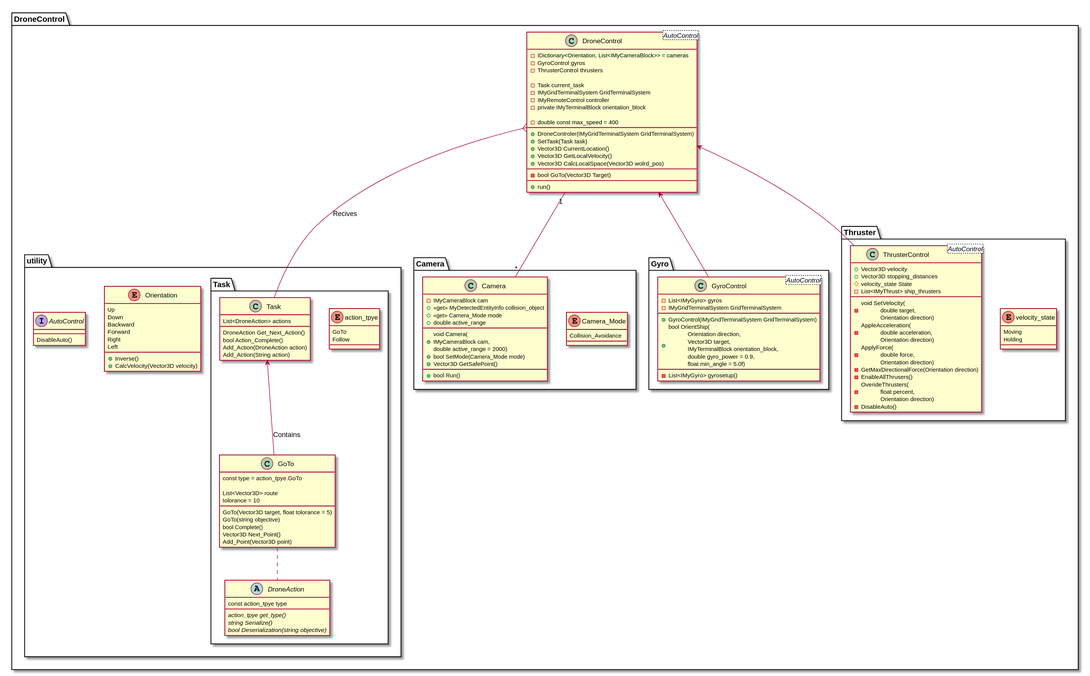
Earlier version of the PlantUML export Design/SpecDiagram.svg (jacob7395/DroneControl). Its diagram source:
```plantuml
@startuml
package DroneControl {

    package utility {
        enum Orientation {
            Up
            Down
            Backward
            Forward
            Right
            Left

            +Inverse()
            +CalcVelocity(Vector3D velocity)
        }

        interface AutoControl {
            DisableAuto()
        }

        package Task {

            enum action_tpye {
                GoTo
                Follow
            }

            abstract DroneAction {
                const action_tpye type

                {abstract} action_tpye get_type()
                {abstract} string Serialize()
                {abstract} bool Deserialization(string objective)
            }

            class GoTo {
                const type = action_tpye.GoTo

                List<Vector3D> route
                tolorance = 10

                GoTo(Vector3D target, float tolorance = 5)
                GoTo(string objective)
                bool Complete()
                Vector3D Next_Point()
                Add_Point(Vector3D point)
            }

            class Task {
                List<DroneAction> actions

                DroneAction Get_Next_Action()
                bool Action_Complete()
                Add_Action(DroneAction action)
                Add_Action(String action)
            }

            GoTo .. DroneAction
            Task <-- GoTo : Contains
        }
    }

    package Camera {
        enum Camera_Mode {
            Collision_Avoidance
        }

        class Camera {
            -IMyCameraBlock cam
            +<<get>> MyDetectedEntityInfo collision_object
            +<<get>> Camera_Mode mode
            +double active_range
            __
            +void Camera(\nIMyCameraBlock cam,\ndouble active_range = 2000)
            +bool SetMode(Camera_Mode mode)
            +Vector3D GetSafePoint()
            __
            +bool Run()
        }
    }

    package Gyro {
        class GyroControl <AutoControl>{
            -List<IMyGyro> gyros
            -IMyGridTerminalSystem GridTerminalSystem
            __
            +GyroControl(IMyGridTerminalSystem GridTerminalSystem)
            +bool OrientShip(\n            Orientation direction,\n            Vector3D target,\n            IMyTerminalBlock orientation_block,\n            double gyro_power = 0.9,\n            float min_angle = 5.0f)
            __
            -List<IMyGyro> gyrosetup()
        }
    }

    package Thruster {
        enum velocity_state
        {
            Moving
            Holding
        }

        class ThrusterControl <AutoControl>{

            +Vector3D velocity
            +Vector3D stopping_distances
            #velocity_state State
            -List<IMyThrust> ship_thrusters

            -void SetVelocity(\n            double target,\n            Orientation direction)
            -AppleAcceleration(\n            double acceleration,\n            Orientation direction)
            -ApplyForce(\n            double force,\n            Orientation direction)
            -GetMaxDirectionalForce(Orientation direction)
            -EnableAllThrusers()
            -OverideThrusters(\n            float percent,\n            Orientation direction)
            -DisableAuto()
        }
    }

    class DroneControl <AutoControl>{
        -IDictionary<Orientation, List<IMyCameraBlock>> = cameras
        -GyroControl gyros
        -ThrusterControl thrusters

        -Task current_task
        -IMyGridTerminalSystem GridTerminalSystem
        -IMyRemoteControl controller
        -private IMyTerminalBlock orientation_block

        -double const max_speed = 400
        __
        +DroneControler(IMyGridTerminalSystem GridTerminalSystem)
        +SetTask(Task task)
        +Vector3D CurrentLocation()
        +Vector3D GetLocalVelocity()
        +Vector3D CalcLocalSpace(Vector3D wolrd_pos)
        __
        -bool GoTo(Vector3D Target)
        __
        +run()
    }

    DroneControl <-- ThrusterControl
    DroneControl <-- GyroControl
    DroneControl }-- Task : Recives
    DroneControl "1" -- "*" Camera
}

@enduml
```
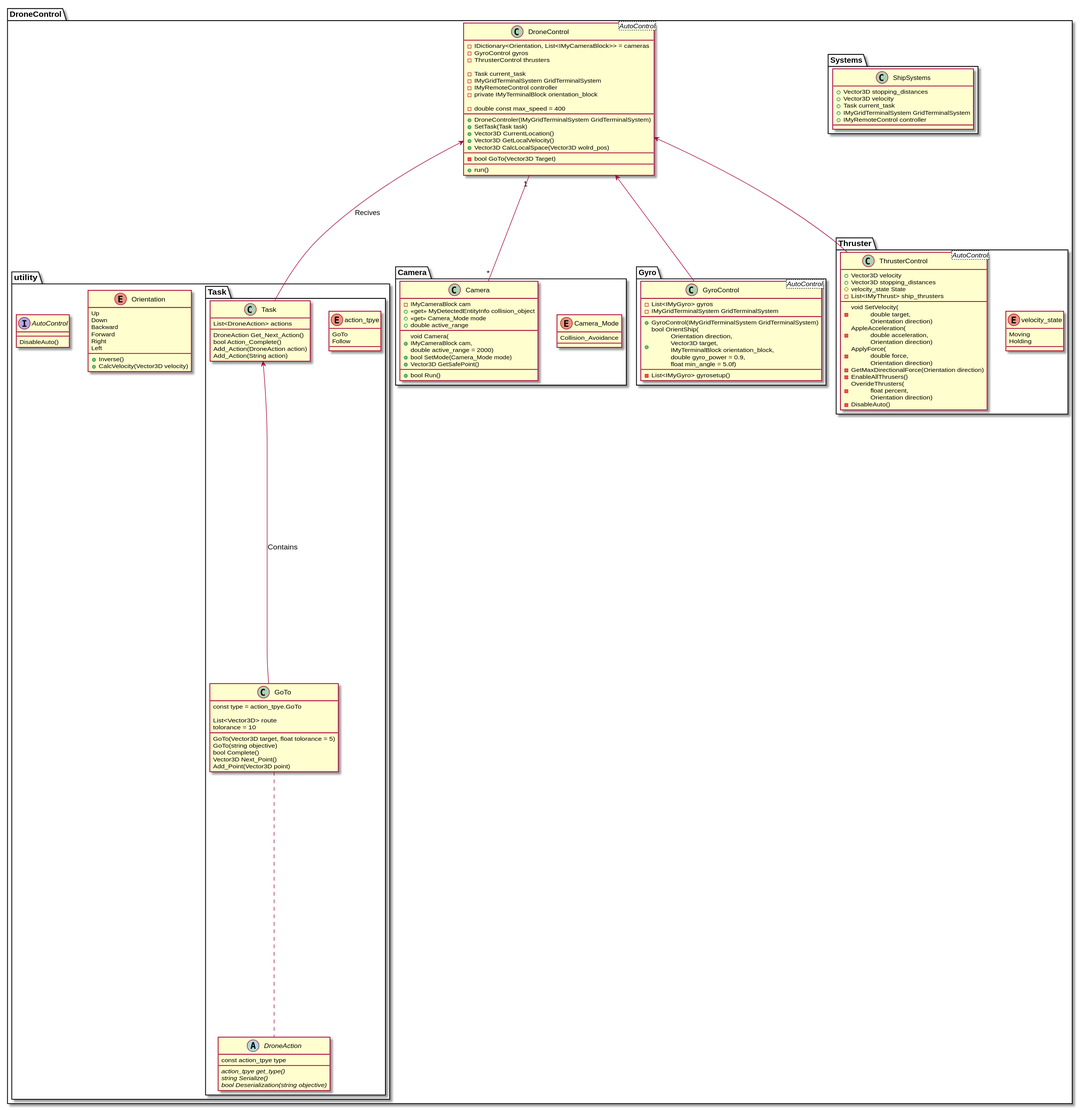
Above is the later version.

Change to the diagram source:
```diff
@@ -57,6 +57,16 @@
 
             GoTo .. DroneAction
             Task <-- GoTo : Contains
+        }
+    }
+
+    package Systems {
+        class ShipSystems{
+            +Vector3D stopping_distances
+            +Vector3D velocity
+            +Task current_task
+            +IMyGridTerminalSystem GridTerminalSystem
+            +IMyRemoteControl controller
         }
     }
 
@@ -140,8 +150,7 @@
 
     DroneControl <-- ThrusterControl
     DroneControl <-- GyroControl
-    DroneControl }-- Task : Recives
+    DroneControl <-- Task : Recives
     DroneControl "1" -- "*" Camera
 }
-
 @enduml
```
